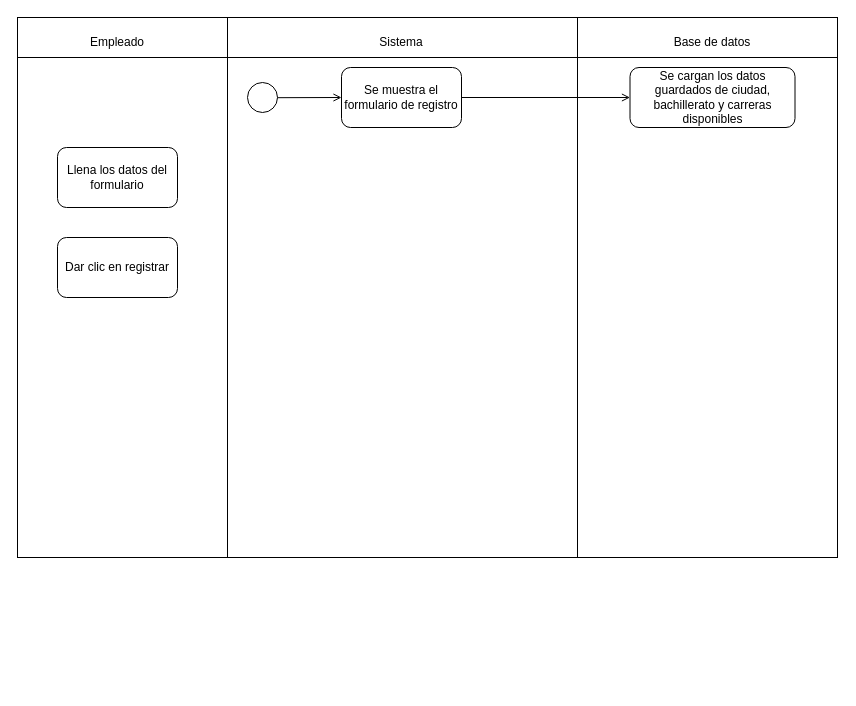
Earlier version of the draw.io diagram Diagramas/DiagramaActividad.drawio (JorgeADnro/R1Torres). Source tidied: cells renumbered, new cells numbered last; positions are measured from the earlier drawing's top-left corner, leaving out a move shared by most shapes. Both pictures are drawn from the tidied source at 100%, with x=0, y=0 at pixel (17, 17).
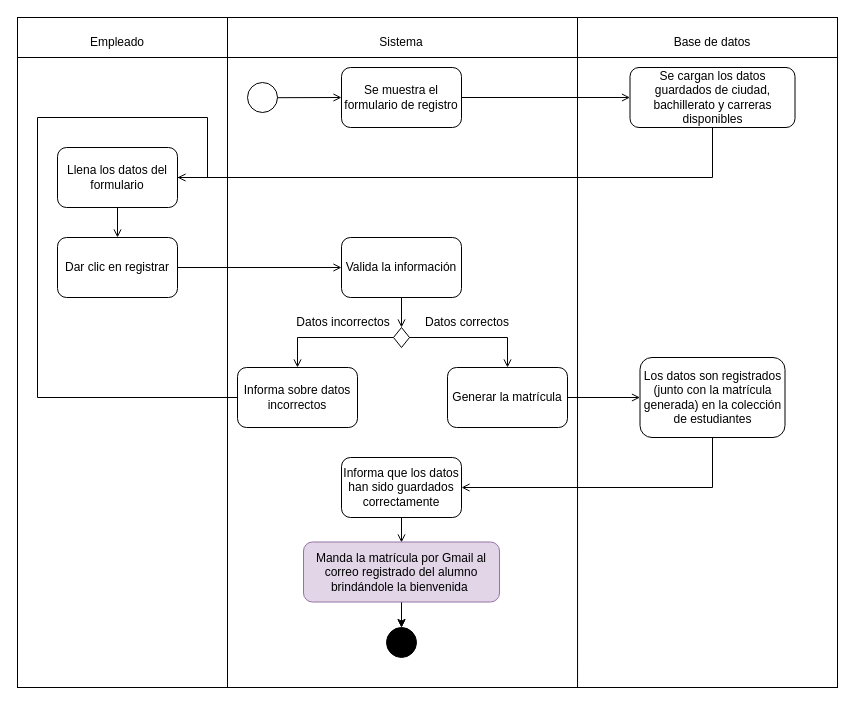
After the change.

Unchanged cells that the change refers to:
```xml
<mxCell id="12" value="Se cargan los datos guardados de ciudad, bachillerato y carreras disponibles" style="rounded=1;whiteSpace=wrap;html=1;" parent="1" vertex="1">
  <mxGeometry x="612.5" y="50" width="165" height="60" as="geometry" />
</mxCell>
<mxCell id="14" value="Llena los datos del formulario" style="rounded=1;whiteSpace=wrap;html=1;" parent="1" vertex="1">
  <mxGeometry x="40" y="130" width="120" height="60" as="geometry" />
</mxCell>
<mxCell id="15" value="Dar clic en registrar" style="rounded=1;whiteSpace=wrap;html=1;" parent="1" vertex="1">
  <mxGeometry x="40" y="220" width="120" height="60" as="geometry" />
</mxCell>
```

Change to the diagram source:
```diff
@@
     <mxCell id="2" style="rounded=0;whiteSpace=wrap;html=1;" parent="1" vertex="1">
-      <mxGeometry width="820" height="540" as="geometry" />
+      <mxGeometry width="820" height="670" as="geometry" />
     </mxCell>
@@
     <mxCell id="5" style="endArrow=none;html=1;rounded=0;" parent="1" edge="1">
       <mxGeometry relative="1" as="geometry">
-        <mxPoint x="210" y="540" as="sourcePoint" />
+        <mxPoint x="210" y="670" as="sourcePoint" />
         <mxPoint x="210" as="targetPoint" />
       </mxGeometry>
     </mxCell>
-    <mxCell id="6" style="endArrow=none;html=1;rounded=0;" parent="1" edge="1">
+    <mxCell id="6" style="endArrow=none;html=1;rounded=0;exitX=0.683;exitY=1;exitDx=0;exitDy=0;exitPerimeter=0;" parent="1" edge="1" source="2">
       <mxGeometry relative="1" as="geometry">
-        <mxPoint x="560" y="540" as="sourcePoint" />
         <mxPoint x="560" as="targetPoint" />
       </mxGeometry>
     </mxCell>
@@
+    <mxCell id="16" style="endArrow=open;html=1;rounded=0;align=center;verticalAlign=top;endFill=0;labelBackgroundColor=none;endSize=6;" parent="1" edge="1" source="14" target="15">
+      <mxGeometry relative="1" as="geometry" />
+    </mxCell>
+    <mxCell id="17" style="endArrow=open;html=1;rounded=0;align=center;verticalAlign=top;endFill=0;labelBackgroundColor=none;endSize=6;" parent="1" edge="1" source="12" target="14">
+      <mxGeometry relative="1" as="geometry">
+        <Array as="points">
+          <mxPoint x="695" y="160" />
+        </Array>
+      </mxGeometry>
+    </mxCell>
+    <mxCell id="18" value="Valida la información" style="rounded=1;whiteSpace=wrap;html=1;" parent="1" vertex="1">
+      <mxGeometry x="324" y="220" width="120" height="60" as="geometry" />
+    </mxCell>
+    <mxCell id="19" style="endArrow=open;html=1;rounded=0;align=center;verticalAlign=top;endFill=0;labelBackgroundColor=none;endSize=6;" parent="1" edge="1" source="15" target="18">
+      <mxGeometry relative="1" as="geometry" />
+    </mxCell>
+    <mxCell id="20" style="rhombus;whiteSpace=wrap;html=1;" parent="1" vertex="1">
+      <mxGeometry x="376" y="310" width="16" height="20" as="geometry" />
+    </mxCell>
+    <mxCell id="21" style="endArrow=open;html=1;rounded=0;align=center;verticalAlign=top;endFill=0;labelBackgroundColor=none;endSize=6;entryX=0.5;entryY=0;entryDx=0;entryDy=0;" parent="1" edge="1" source="18" target="20">
+      <mxGeometry relative="1" as="geometry" />
+    </mxCell>
+    <mxCell id="22" value="Informa sobre datos incorrectos" style="rounded=1;whiteSpace=wrap;html=1;" parent="1" vertex="1">
+      <mxGeometry x="220" y="350" width="120" height="60" as="geometry" />
+    </mxCell>
+    <mxCell id="23" value="Los datos son registrados (junto con la matrícula generada) en la colección de estudiantes" style="rounded=1;whiteSpace=wrap;html=1;" parent="1" vertex="1">
+      <mxGeometry x="622.5" y="340" width="145" height="80" as="geometry" />
+    </mxCell>
+    <mxCell id="24" style="endArrow=open;html=1;rounded=0;align=center;verticalAlign=top;endFill=0;labelBackgroundColor=none;endSize=6;exitX=0;exitY=0.5;exitDx=0;exitDy=0;" parent="1" edge="1" source="20" target="22">
+      <mxGeometry relative="1" as="geometry">
+        <Array as="points">
+          <mxPoint x="280" y="320" />
+        </Array>
+      </mxGeometry>
+    </mxCell>
+    <mxCell id="25" style="endArrow=open;html=1;rounded=0;align=center;verticalAlign=top;endFill=0;labelBackgroundColor=none;endSize=6;exitX=1;exitY=0.5;exitDx=0;exitDy=0;" parent="1" edge="1" source="20" target="36">
+      <mxGeometry relative="1" as="geometry">
+        <Array as="points">
+          <mxPoint x="490" y="320" />
+        </Array>
+      </mxGeometry>
+    </mxCell>
+    <mxCell id="26" value="Datos correctos" style="text;html=1;strokeColor=none;fillColor=none;align=center;verticalAlign=middle;whiteSpace=wrap;rounded=0;" parent="1" vertex="1">
+      <mxGeometry x="400" y="290" width="100" height="30" as="geometry" />
+    </mxCell>
+    <mxCell id="27" value="Datos incorrectos" style="text;html=1;strokeColor=none;fillColor=none;align=center;verticalAlign=middle;whiteSpace=wrap;rounded=0;" parent="1" vertex="1">
+      <mxGeometry x="276" y="290" width="100" height="30" as="geometry" />
+    </mxCell>
+    <mxCell id="28" style="endArrow=none;html=1;rounded=0;" parent="1" edge="1" source="14" target="22">
+      <mxGeometry relative="1" as="geometry">
+        <Array as="points">
+          <mxPoint x="190" y="160" />
+          <mxPoint x="190" y="100" />
+          <mxPoint x="20" y="100" />
+          <mxPoint x="20" y="380" />
+        </Array>
+      </mxGeometry>
+    </mxCell>
+    <mxCell id="29" value="Informa que los datos han sido guardados correctamente" style="rounded=1;whiteSpace=wrap;html=1;" parent="1" vertex="1">
+      <mxGeometry x="324" y="440" width="120" height="60" as="geometry" />
+    </mxCell>
+    <mxCell id="30" style="endArrow=open;html=1;rounded=0;align=center;verticalAlign=top;endFill=0;labelBackgroundColor=none;endSize=6;" parent="1" edge="1" source="23" target="29">
+      <mxGeometry relative="1" as="geometry">
+        <Array as="points">
+          <mxPoint x="695" y="470" />
+        </Array>
+      </mxGeometry>
+    </mxCell>
+    <mxCell id="31" style="endArrow=open;html=1;rounded=0;align=center;verticalAlign=top;endFill=0;labelBackgroundColor=none;endSize=6;" parent="1" edge="1" source="29">
+      <mxGeometry relative="1" as="geometry">
+        <mxPoint x="384" y="525" as="targetPoint" />
+      </mxGeometry>
+    </mxCell>
+    <mxCell id="32" style="ellipse;html=1;fillColor=#000000;strokeColor=#000000;" parent="1" vertex="1">
+      <mxGeometry x="369" y="610" width="30" height="30" as="geometry" />
+    </mxCell>
+    <mxCell id="33" style="endArrow=open;html=1;rounded=0;align=center;verticalAlign=top;endFill=0;labelBackgroundColor=none;endSize=6;" parent="1" edge="1" target="32">
+      <mxGeometry relative="1" as="geometry">
+        <mxPoint x="384" y="590" as="sourcePoint" />
+      </mxGeometry>
+    </mxCell>
+    <mxCell id="34" style="edgeStyle=orthogonalEdgeStyle;rounded=0;jettySize=auto;html=1;" parent="1" edge="1" source="35" target="32">
+      <mxGeometry relative="1" as="geometry" />
+    </mxCell>
+    <mxCell id="35" value="Manda la matrícula por Gmail al correo registrado del alumno brindándole la bienvenida&amp;nbsp;" style="rounded=1;whiteSpace=wrap;html=1;fillColor=#e1d5e7;strokeColor=#9673a6;" parent="1" vertex="1">
+      <mxGeometry x="286" y="524.5" width="196" height="60" as="geometry" />
+    </mxCell>
+    <mxCell id="36" value="Generar la matrícula" style="rounded=1;whiteSpace=wrap;html=1;" parent="1" vertex="1">
+      <mxGeometry x="430" y="350" width="120" height="60" as="geometry" />
+    </mxCell>
+    <mxCell id="37" style="endArrow=open;html=1;rounded=0;align=center;verticalAlign=top;endFill=0;labelBackgroundColor=none;endSize=6;" parent="1" edge="1" source="36" target="23">
+      <mxGeometry relative="1" as="geometry" />
+    </mxCell>
```
